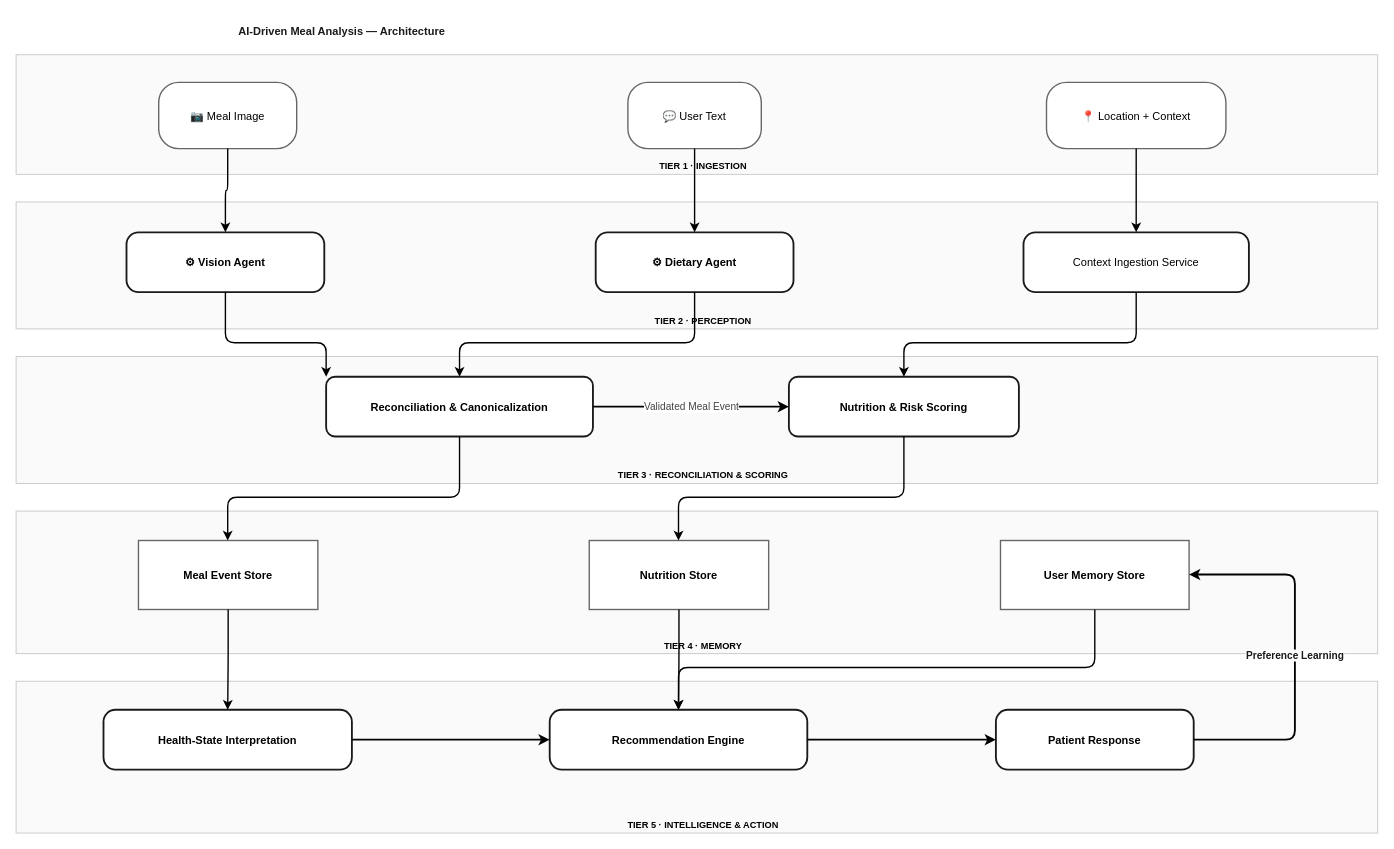
The draw.io diagram docs/architecture/meal-analysis-architecture.drawio in Fpengz/CarePilot, before the edit. Source tidied: cells renumbered, new cells numbered last; positions are measured from the earlier drawing's top-left corner, leaving out a move shared by most shapes. Both pictures are drawn from the tidied source at 92%, with x=0, y=0 at pixel (16, 16).
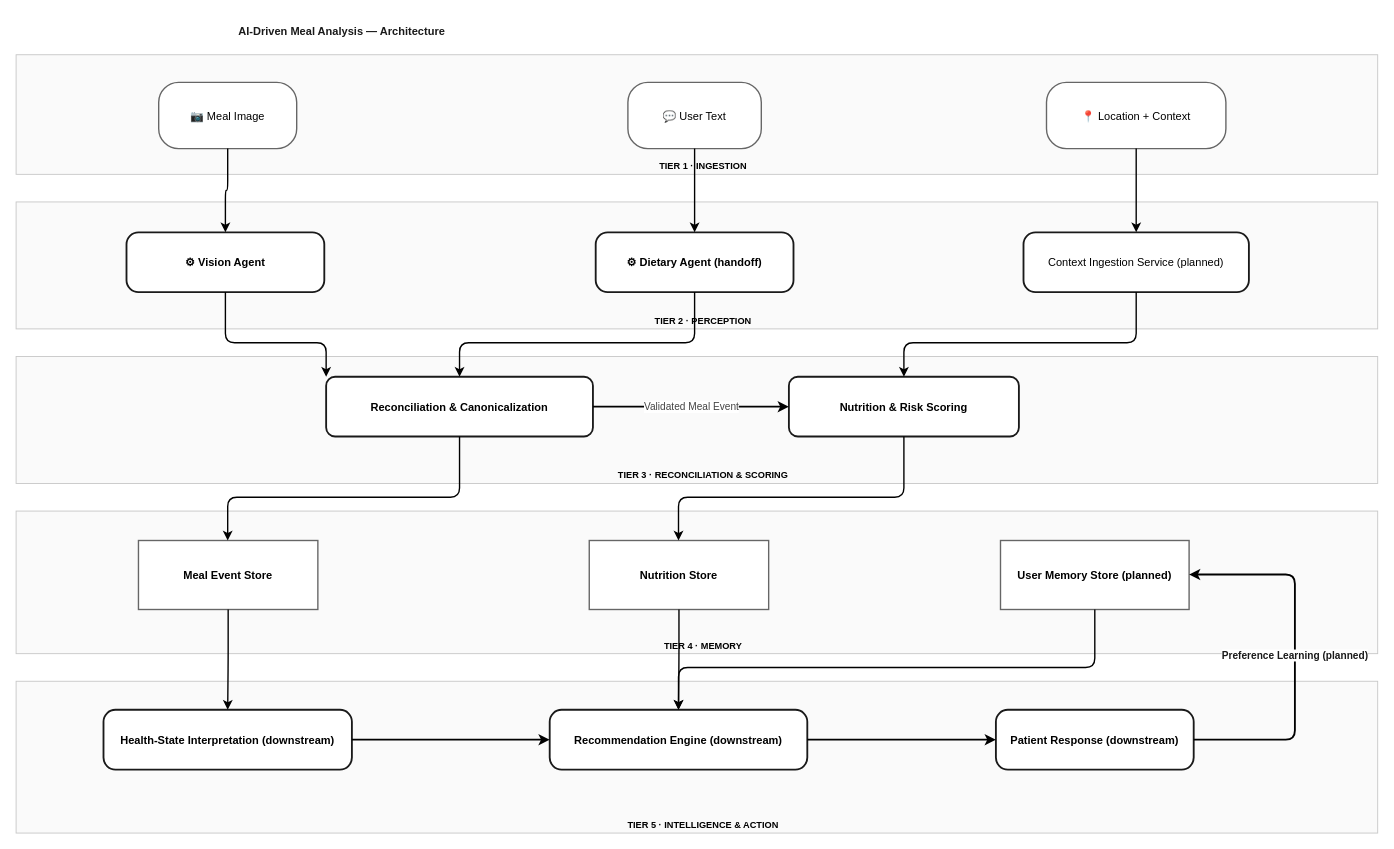
The same page after the edit.

Commit message (it also covers changes not shown here):
docs & tests: update meal analysis documentation and tests

What changed in the source:
```diff
@@
-    <mxCell id="12" value="⚙  Dietary Agent" style="rounded=1;arcSize=20;fillColor=#ffffff;strokeColor=#1a1a1a;                  html=1;fontStyle=1;fontSize=12;strokeWidth=2;                  verticalAlign=middle;" parent="1" vertex="1">
+    <mxCell id="12" value="⚙  Dietary Agent (handoff)" style="rounded=1;arcSize=20;fillColor=#ffffff;strokeColor=#1a1a1a;                  html=1;fontStyle=1;fontSize=12;strokeWidth=2;                  verticalAlign=middle;" parent="1" vertex="1">
       <mxGeometry x="630" y="235" width="215" height="65" as="geometry" />
     </mxCell>
-    <mxCell id="13" value="Context Ingestion Service" style="rounded=1;arcSize=20;fillColor=#ffffff;strokeColor=#1a1a1a;                  html=1;fontSize=12;strokeWidth=2;verticalAlign=middle;" parent="1" vertex="1">
+    <mxCell id="13" value="Context Ingestion Service (planned)" style="rounded=1;arcSize=20;fillColor=#ffffff;strokeColor=#1a1a1a;                  html=1;fontSize=12;strokeWidth=2;verticalAlign=middle;" parent="1" vertex="1">
       <mxGeometry x="1095" y="235" width="245" height="65" as="geometry" />
     </mxCell>
@@
-    <mxCell id="18" value="User Memory Store" style="rounded=0;fillColor=#ffffff;strokeColor=#666666;                  html=1;fontSize=12;fontStyle=1;strokeWidth=1.5;                  verticalAlign=middle;" parent="1" vertex="1">
+    <mxCell id="18" value="User Memory Store (planned)" style="rounded=0;fillColor=#ffffff;strokeColor=#666666;                  html=1;fontSize=12;fontStyle=1;strokeWidth=1.5;                  verticalAlign=middle;" parent="1" vertex="1">
       <mxGeometry x="1070" y="570" width="205" height="75" as="geometry" />
     </mxCell>
-    <mxCell id="19" value="Health-State Interpretation" style="rounded=1;arcSize=20;fillColor=#ffffff;strokeColor=#1a1a1a;                  html=1;fontStyle=1;fontSize=12;strokeWidth=2;                  verticalAlign=middle;" parent="1" vertex="1">
+    <mxCell id="19" value="Health-State Interpretation (downstream)" style="rounded=1;arcSize=20;fillColor=#ffffff;strokeColor=#1a1a1a;                  html=1;fontStyle=1;fontSize=12;strokeWidth=2;                  verticalAlign=middle;" parent="1" vertex="1">
       <mxGeometry x="95" y="754" width="270" height="65" as="geometry" />
     </mxCell>
-    <mxCell id="20" value="Recommendation Engine" style="rounded=1;arcSize=20;fillColor=#ffffff;strokeColor=#1a1a1a;                  html=1;fontStyle=1;fontSize=12;strokeWidth=2;                  verticalAlign=middle;" parent="1" vertex="1">
+    <mxCell id="20" value="Recommendation Engine (downstream)" style="rounded=1;arcSize=20;fillColor=#ffffff;strokeColor=#1a1a1a;                  html=1;fontStyle=1;fontSize=12;strokeWidth=2;                  verticalAlign=middle;" parent="1" vertex="1">
       <mxGeometry x="580" y="754" width="280" height="65" as="geometry" />
     </mxCell>
-    <mxCell id="21" value="Patient Response" style="rounded=1;arcSize=20;fillColor=#ffffff;strokeColor=#1a1a1a;                  html=1;fontStyle=1;fontSize=12;strokeWidth=2;                  verticalAlign=middle;" parent="1" vertex="1">
+    <mxCell id="21" value="Patient Response (downstream)" style="rounded=1;arcSize=20;fillColor=#ffffff;strokeColor=#1a1a1a;                  html=1;fontStyle=1;fontSize=12;strokeWidth=2;                  verticalAlign=middle;" parent="1" vertex="1">
       <mxGeometry x="1065" y="754" width="215" height="65" as="geometry" />
     </mxCell>
@@
-    <mxCell id="36" value="Preference Learning" style="edgeStyle=orthogonalEdgeStyle;html=1;                  strokeColor=#1a1a1a;strokeWidth=2;                  dashed=1;dashPattern=8 4;                  fontSize=11;fontStyle=1;fontColor=#1a1a1a;                  labelBackgroundColor=#FAFAFA;labelBorderColor=none;                  exitX=1;exitY=0.5;exitDx=0;exitDy=0;                  entryX=1;entryY=0.5;entryDx=0;entryDy=0;" parent="1" edge="1" source="21" target="18">
+    <mxCell id="36" value="Preference Learning (planned)" style="edgeStyle=orthogonalEdgeStyle;html=1;                  strokeColor=#1a1a1a;strokeWidth=2;                  dashed=1;dashPattern=8 4;                  fontSize=11;fontStyle=1;fontColor=#1a1a1a;                  labelBackgroundColor=#FAFAFA;labelBorderColor=none;                  exitX=1;exitY=0.5;exitDx=0;exitDy=0;                  entryX=1;entryY=0.5;entryDx=0;entryDy=0;" parent="1" edge="1" source="21" target="18">
       <mxGeometry relative="1" as="geometry">
         <Array as="points">
           <mxPoint x="1390" y="786" />
           <mxPoint x="1390" y="607" />
         </Array>
       </mxGeometry>
     </mxCell>
```
